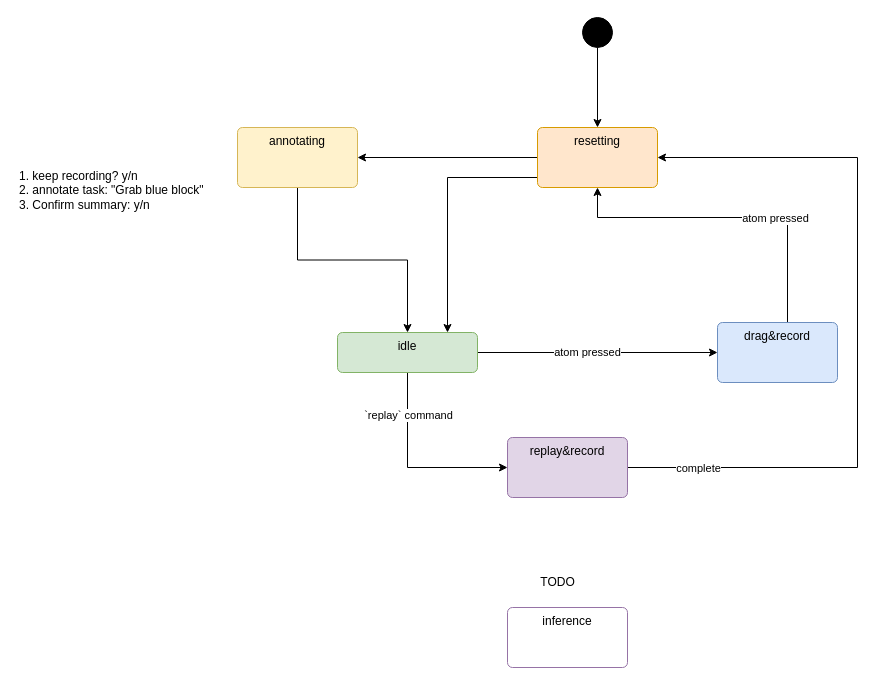
Before: documents/anc-state-diagram.drawio in Kei07170717/Autonomous-System-, a draw.io diagram. Source tidied: cells renumbered, new cells numbered last; positions are measured from the earlier drawing's top-left corner, leaving out a move shared by most shapes. Both pictures are drawn from the tidied source at 100%, with x=0, y=0 at pixel (17, 17).
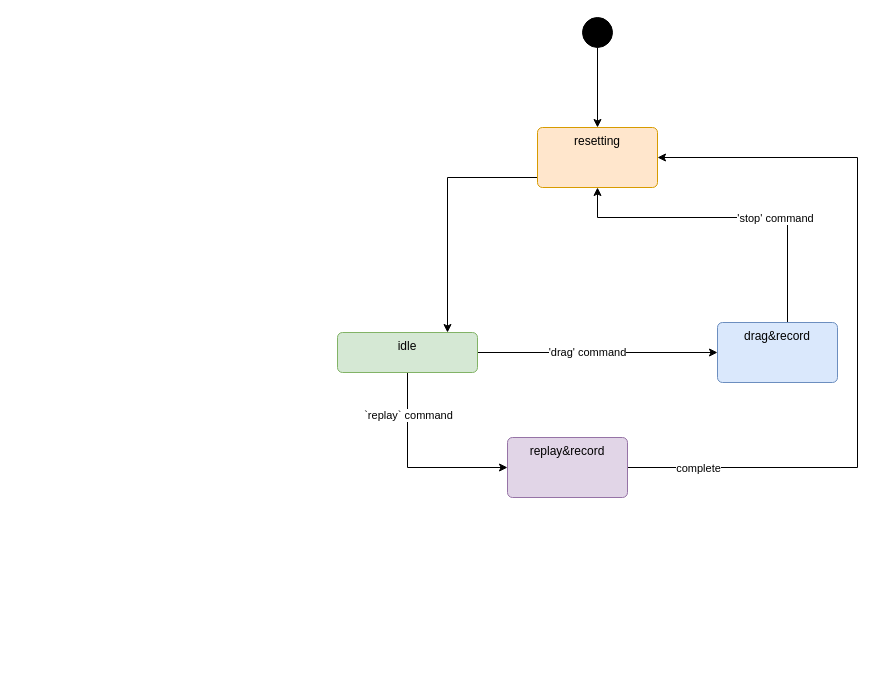
The same page after the edit.

Commit message:
Updated state diagram

Unchanged cells that the change refers to:
```xml
<mxCell id="4" style="edgeStyle=orthogonalEdgeStyle;rounded=0;jettySize=auto;html=1;" parent="1" edge="1" source="8" target="11">
  <mxGeometry relative="1" as="geometry" />
</mxCell>
<mxCell id="8" value="idle" style="html=1;align=center;verticalAlign=top;rounded=1;absoluteArcSize=1;arcSize=10;dashed=0;whiteSpace=wrap;fillColor=#d5e8d4;strokeColor=#82b366;" parent="1" vertex="1">
  <mxGeometry x="320" y="315" width="140" height="40" as="geometry" />
</mxCell>
<mxCell id="9" style="edgeStyle=orthogonalEdgeStyle;rounded=0;jettySize=auto;html=1;" parent="1" edge="1" source="11" target="14">
  <mxGeometry relative="1" as="geometry">
    <Array as="points">
      <mxPoint x="770" y="200" />
    </Array>
  </mxGeometry>
</mxCell>
<mxCell id="14" value="resetting" style="whiteSpace=wrap;html=1;verticalAlign=top;rounded=1;absoluteArcSize=1;arcSize=10;dashed=0;fillColor=#ffe6cc;strokeColor=#d79b00;" parent="1" vertex="1">
  <mxGeometry x="520" y="110" width="120" height="60" as="geometry" />
</mxCell>
```

Diff of the diagram source:
```diff
@@
-    <mxCell id="5" value="atom pressed" style="edgeLabel;html=1;align=center;verticalAlign=middle;" parent="4" vertex="1">
+    <mxCell id="5" value="'drag' command" style="edgeLabel;html=1;align=center;verticalAlign=middle;" parent="4" vertex="1">
       <mxGeometry x="-0.09" y="1" relative="1" as="geometry" />
     </mxCell>
@@
-    <mxCell id="10" value="atom pressed" style="edgeLabel;html=1;align=center;verticalAlign=middle;" parent="9" vertex="1">
+    <mxCell id="10" value="'stop' command" style="edgeLabel;html=1;align=center;verticalAlign=middle;" parent="9" vertex="1">
       <mxGeometry x="-0.22" relative="1" as="geometry">
         <mxPoint x="9" as="offset" />
       </mxGeometry>
     </mxCell>
@@
-    <mxCell id="12" style="edgeStyle=orthogonalEdgeStyle;rounded=0;jettySize=auto;html=1;" parent="1" edge="1" source="14" target="16">
-      <mxGeometry relative="1" as="geometry" />
-    </mxCell>
@@
-    <mxCell id="15" style="edgeStyle=orthogonalEdgeStyle;rounded=0;jettySize=auto;html=1;" parent="1" edge="1" source="16" target="8">
-      <mxGeometry relative="1" as="geometry" />
-    </mxCell>
-    <mxCell id="16" value="annotating" style="whiteSpace=wrap;html=1;verticalAlign=top;rounded=1;absoluteArcSize=1;arcSize=10;dashed=0;fillColor=#fff2cc;strokeColor=#d6b656;" parent="1" vertex="1">
-      <mxGeometry x="220" y="110" width="120" height="60" as="geometry" />
-    </mxCell>
@@
-    <mxCell id="20" value="1. keep recording? y/n&lt;div&gt;2. annotate task: &quot;Grab blue block&quot;&lt;/div&gt;&lt;div&gt;3. Confirm summary: y/n&lt;/div&gt;" style="text;html=1;align=left;verticalAlign=middle;whiteSpace=wrap;rounded=0;" parent="1" vertex="1">
-      <mxGeometry y="125" width="210" height="95" as="geometry" />
-    </mxCell>
-    <mxCell id="21" value="inference" style="whiteSpace=wrap;html=1;verticalAlign=top;rounded=1;absoluteArcSize=1;arcSize=10;dashed=0;fillColor=light-dark(#ffffff, #392f3f);strokeColor=#9673a6;" parent="1" vertex="1">
-      <mxGeometry x="490" y="590" width="120" height="60" as="geometry" />
-    </mxCell>
-    <mxCell id="22" value="TODO" style="text;html=1;align=center;verticalAlign=middle;strokeColor=none;fillColor=none;" parent="1" vertex="1">
-      <mxGeometry x="510" y="550" width="60" height="30" as="geometry" />
-    </mxCell>
```
